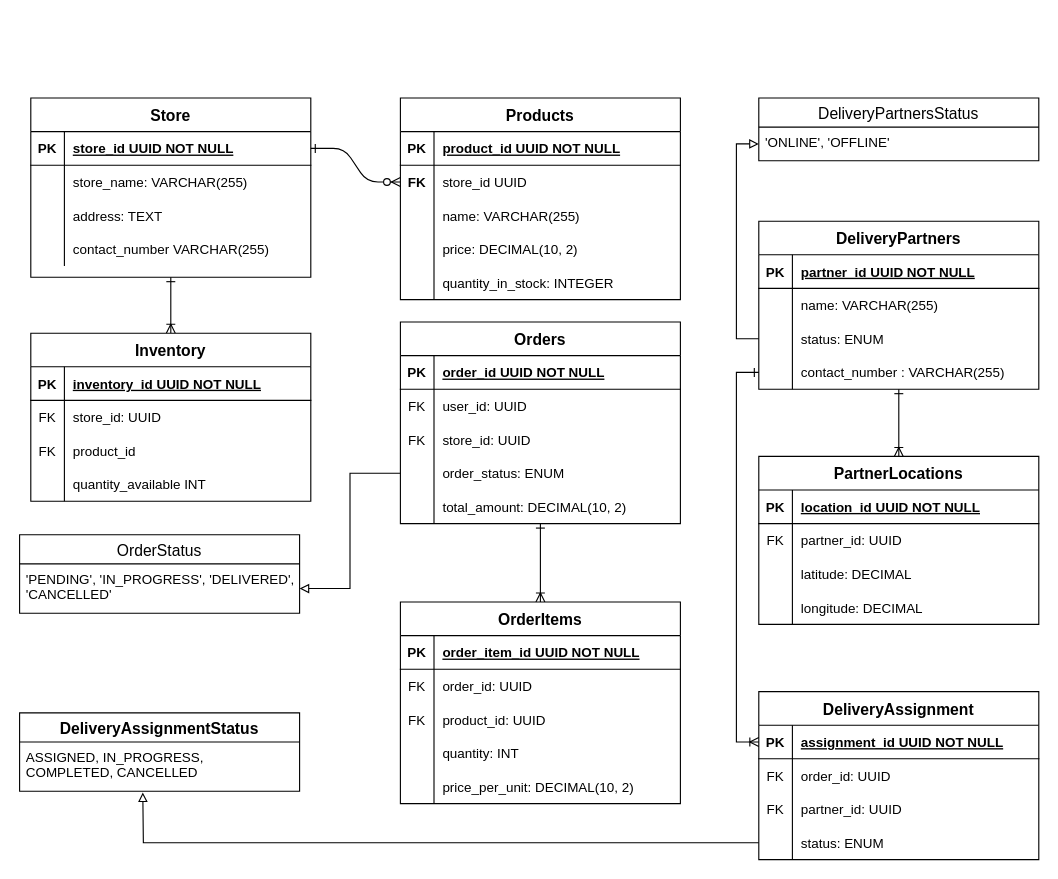
Before: Quick Commerce platform Schema.drawio in geeky-sanjay/class-diagrams, a draw.io diagram. Source tidied: cells renumbered, new cells numbered last; positions are measured from the earlier drawing's top-left corner, leaving out a move shared by most shapes. Both pictures are drawn from the tidied source at 112%, with x=0, y=0 at pixel (19, 97).
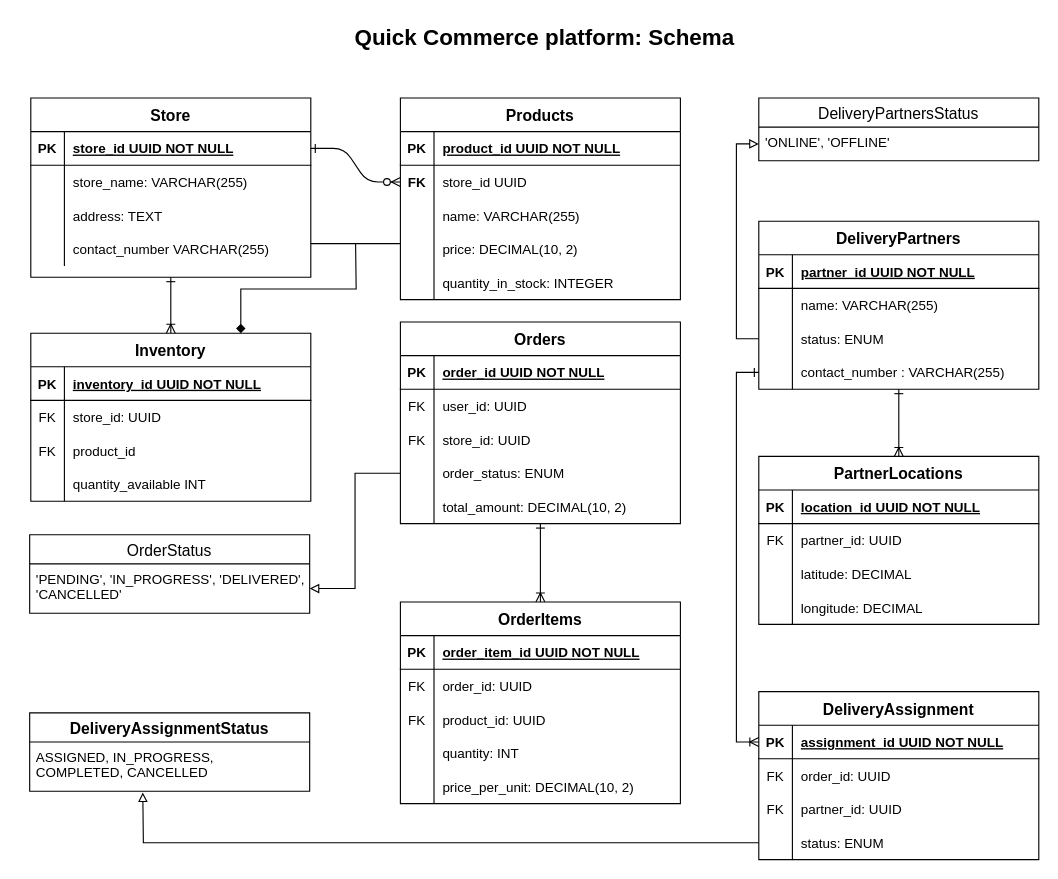
After the change.

Unchanged cells that the change refers to:
```xml
<mxCell id="97" value="Inventory    " style="shape=table;startSize=30;childLayout=tableLayout;rowLines=0;fontStyle=1;align=center;fontSize=14;" parent="1" vertex="1">
  <mxGeometry x="10" y="210" width="250" height="150" as="geometry" />
</mxCell>
```

What changed in the source:
```diff
@@
     <mxCell id="66" value="OrderStatus" style="swimlane;fontStyle=0;horizontal=1;startSize=26;align=center;fontSize=14;" parent="1" vertex="1">
-      <mxGeometry y="390" width="250" height="70" as="geometry" />
+      <mxGeometry x="9" y="390" width="250" height="70" as="geometry" />
     </mxCell>
@@
+    <mxCell id="129" style="edgeStyle=orthogonalEdgeStyle;rounded=0;jettySize=auto;html=1;exitX=0.75;exitY=0;exitDx=0;exitDy=0;endArrow=none;endFill=0;startArrow=diamond;startFill=1;" parent="1" edge="1" source="97">
+      <mxGeometry relative="1" as="geometry">
+        <mxPoint x="300" y="130" as="targetPoint" />
+      </mxGeometry>
+    </mxCell>
@@
     <mxCell id="123" value="DeliveryAssignmentStatus" style="swimlane;fontStyle=1;horizontal=1;startSize=26;align=center;fontSize=14;" parent="1" vertex="1">
-      <mxGeometry y="549" width="250" height="70" as="geometry" />
+      <mxGeometry x="9" y="549" width="250" height="70" as="geometry" />
     </mxCell>
@@
+    <mxCell id="130" style="edgeStyle=orthogonalEdgeStyle;rounded=0;orthogonalLoop=1;jettySize=auto;html=1;exitX=1;exitY=0.5;exitDx=0;exitDy=0;entryX=0;entryY=0.5;entryDx=0;entryDy=0;endArrow=none;endFill=0;" parent="1" edge="1">
+      <mxGeometry relative="1" as="geometry">
+        <mxPoint x="260" y="130" as="sourcePoint" />
+        <mxPoint x="340" y="130" as="targetPoint" />
+      </mxGeometry>
+    </mxCell>
+    <mxCell id="131" value="&lt;font style=&quot;font-size: 20px;&quot;&gt;Quick Commerce platform: Schema&lt;/font&gt;" style="text;html=1;align=center;verticalAlign=middle;whiteSpace=wrap;rounded=0;fontSize=20;fontStyle=1;" parent="1" vertex="1">
+      <mxGeometry x="259" y="-70" width="420" height="30" as="geometry" />
+    </mxCell>
```
